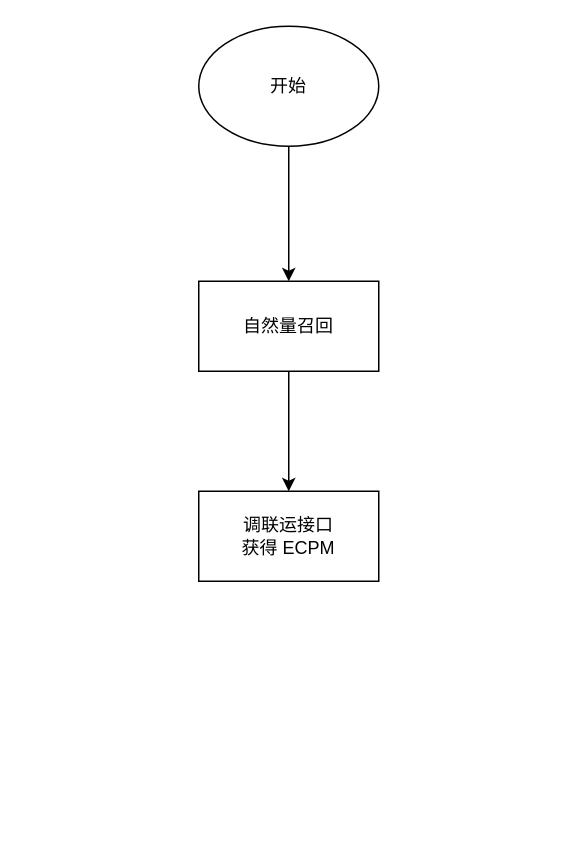
This is 22489091 【商店搜索】自然联运ecpm比价逻辑优化.drawio from ETHAN0430/draw.io.repo, a draw.io file, before an edit. Source tidied: cells renumbered, new cells numbered last; positions are measured from the earlier drawing's top-left corner, leaving out a move shared by most shapes. Both pictures are drawn from the tidied source at 150%, with x=0, y=0 at pixel (198, 26).
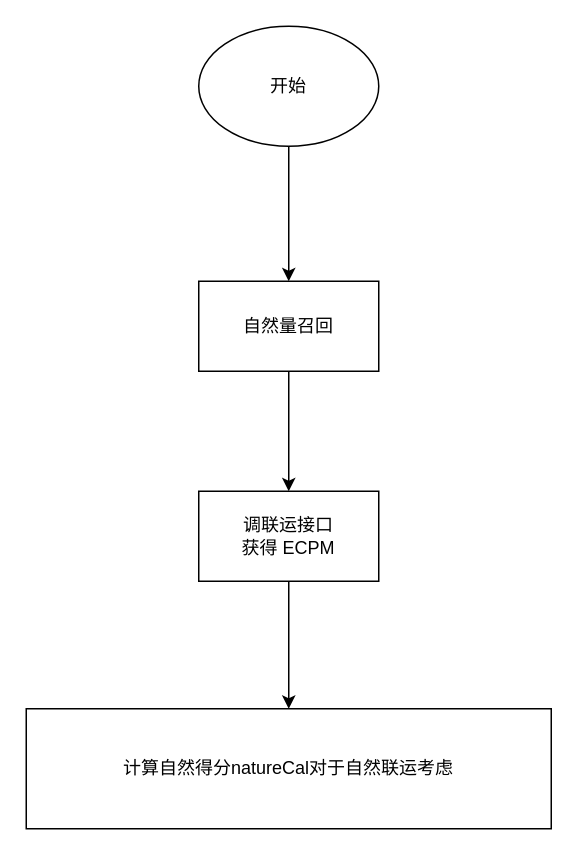
After the change.

Commit message (it also covers changes not shown here):
更新22489091 【商店搜索】自然联运ecpm比价逻辑优化.drawio

What changed in the source:
```diff
@@
 <mxGraphModel>
   <root>
     <mxCell id="0" />
     <mxCell id="1" parent="0" />
     <mxCell id="2" style="edgeStyle=orthogonalEdgeStyle;rounded=0;jettySize=auto;html=1;" parent="1" edge="1" source="3" target="5">
       <mxGeometry relative="1" as="geometry" />
     </mxCell>
     <mxCell id="3" value="开始" style="ellipse;whiteSpace=wrap;html=1;" parent="1" vertex="1">
       <mxGeometry width="120" height="80" as="geometry" />
     </mxCell>
     <mxCell id="4" style="edgeStyle=orthogonalEdgeStyle;rounded=0;jettySize=auto;html=1;" parent="1" edge="1" source="5" target="6">
       <mxGeometry relative="1" as="geometry" />
     </mxCell>
     <mxCell id="5" value="自然量召回" style="whiteSpace=wrap;html=1;" parent="1" vertex="1">
       <mxGeometry y="170" width="120" height="60" as="geometry" />
     </mxCell>
+    <mxCell id="7" style="edgeStyle=orthogonalEdgeStyle;rounded=0;jettySize=auto;html=1;" parent="1" edge="1" source="6" target="8">
+      <mxGeometry relative="1" as="geometry" />
+    </mxCell>
     <mxCell id="6" value="调联运接口&lt;br&gt;获得 ECPM" style="whiteSpace=wrap;html=1;" parent="1" vertex="1">
       <mxGeometry y="310" width="120" height="60" as="geometry" />
     </mxCell>
+    <mxCell id="8" value="计算自然得分natureCal对于自然联运考虑" style="whiteSpace=wrap;html=1;" parent="1" vertex="1">
+      <mxGeometry x="-115" y="455" width="350" height="80" as="geometry" />
+    </mxCell>
   </root>
 </mxGraphModel>
```
